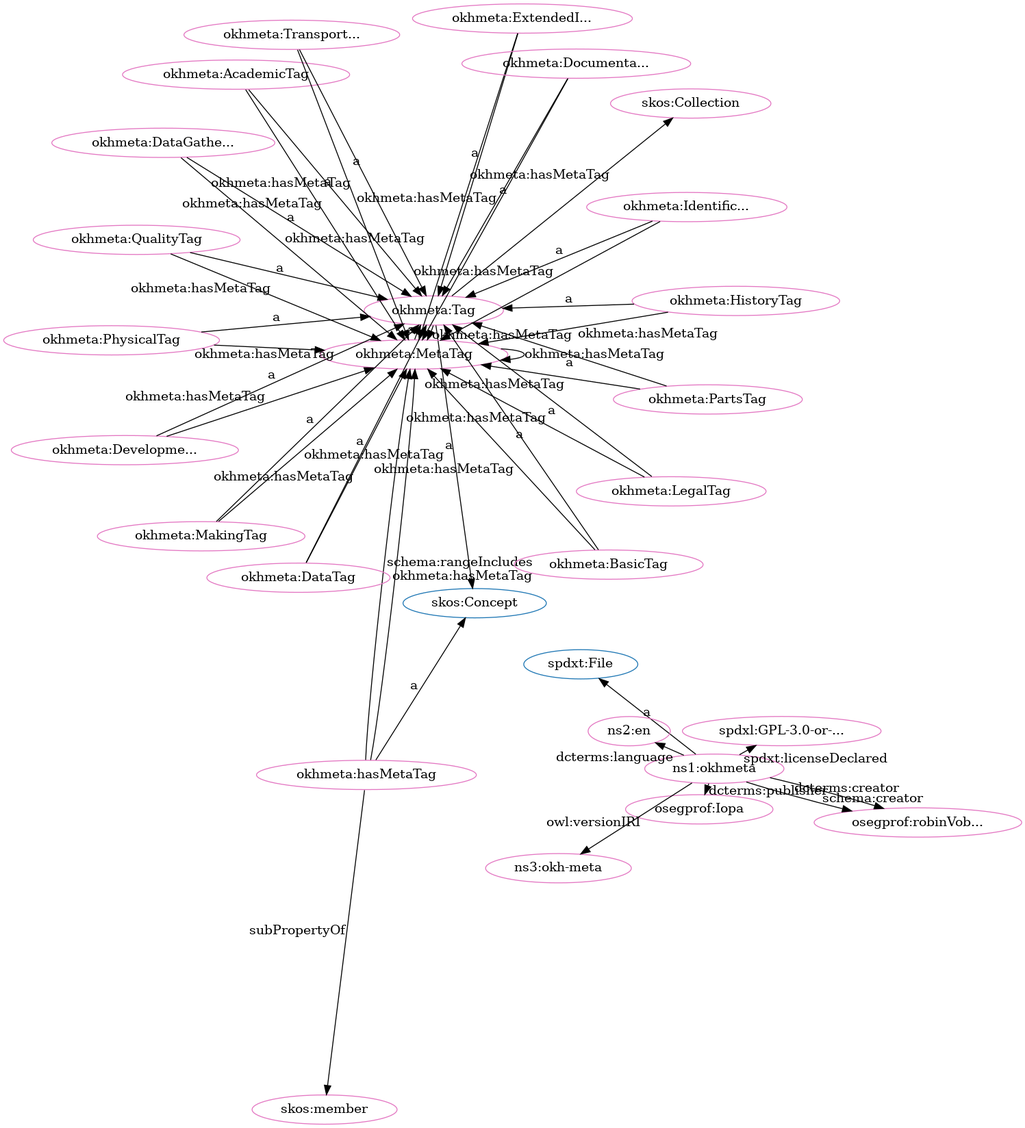
Earlier version of the Graphviz export src/spec/fdp_okh-meta-clean.png (iop-alliance/OpenKnowHow). Its source is kept beside it as src/spec/fdp_okh-meta-clean.dot.
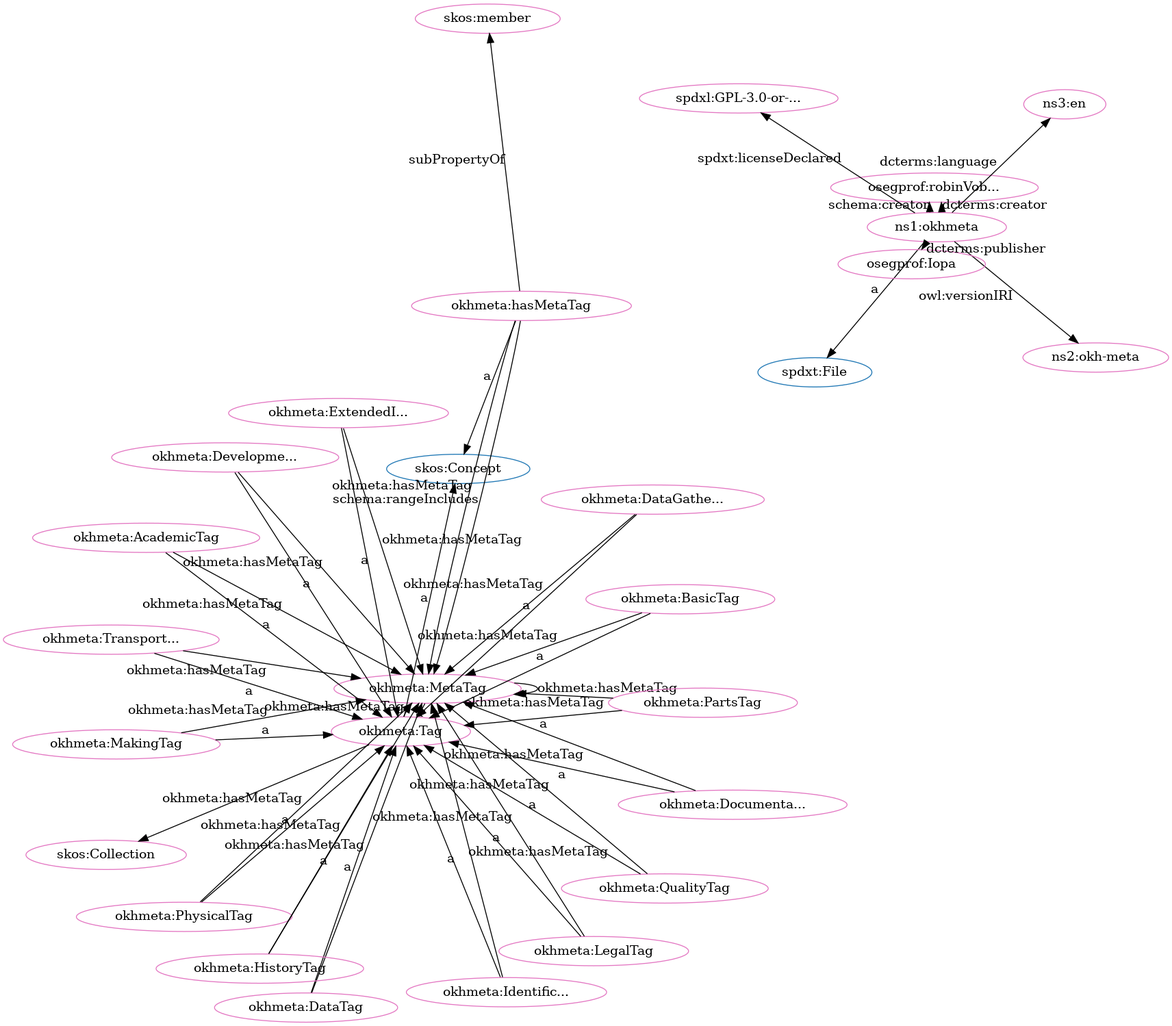
Above is the later version.

Diff of the diagram source:
```diff
@@ -1,81 +1,81 @@
 digraph G {
   rankdir=BT
   node[height=.3]
+"http://spdx.org/rdf/terms#File" [fillcolor="#1f77b4" color="#1f77b4" label="spdxt:File"]
+"https://w3id.org/oseg/ont/okhmeta#MetaTag" [fillcolor="#1f77b4" color="#1f77b4" label="okhmeta:MetaTag"]
 "http://www.w3.org/2004/02/skos/core#Concept" [fillcolor="#1f77b4" color="#1f77b4" label="skos:Concept"]
-"http://spdx.org/rdf/terms#File" [fillcolor="#1f77b4" color="#1f77b4" label="spdxt:File"]
+"http://www.w3.org/2004/02/skos/core#Collection" [fillcolor="#1f77b4" color="#1f77b4" label="skos:Collection"]
 "https://w3id.org/oseg/ont/okhmeta#Tag" [fillcolor="#1f77b4" color="#1f77b4" label="okhmeta:Tag"]
-"https://w3id.org/oseg/ont/okhmeta#MetaTag" [fillcolor="#1f77b4" color="#1f77b4" label="okhmeta:MetaTag"]
-"http://www.w3.org/2004/02/skos/core#Collection" [fillcolor="#1f77b4" color="#1f77b4" label="skos:Collection"]
+"https://w3id.org/oseg/ont/okhmeta#MetaTag" [fillcolor="#e377c2" color="#e377c2" label="okhmeta:MetaTag"]
+"https://w3id.org/oseg/ont/okhmeta#hasMetaTag" [fillcolor="#e377c2" color="#e377c2" label="okhmeta:hasMetaTag"]
+"https://w3id.org/oseg/ont/okhmeta#ExtendedInfoTag" [fillcolor="#e377c2" color="#e377c2" label="okhmeta:ExtendedI..."]
+"https://w3id.org/oseg/ont/okhmeta" [fillcolor="#e377c2" color="#e377c2" label="ns1:okhmeta"]
+"https://w3id.org/oseg/ont/okhmeta#PhysicalTag" [fillcolor="#e377c2" color="#e377c2" label="okhmeta:PhysicalTag"]
+"https://w3id.org/oseg/ont/1.1.0/okh-meta" [fillcolor="#e377c2" color="#e377c2" label="ns2:okh-meta"]
+"https://w3id.org/oseg/ont/oseg-profiles#robinVobruba" [fillcolor="#e377c2" color="#e377c2" label="osegprof:robinVob..."]
+"http://id.loc.gov/vocabulary/iso639-1/en" [fillcolor="#e377c2" color="#e377c2" label="ns3:en"]
+"https://w3id.org/oseg/ont/okhmeta#DocumentationTag" [fillcolor="#e377c2" color="#e377c2" label="okhmeta:Documenta..."]
+"https://w3id.org/oseg/ont/okhmeta#DataTag" [fillcolor="#e377c2" color="#e377c2" label="okhmeta:DataTag"]
+"https://w3id.org/oseg/ont/okhmeta#LegalTag" [fillcolor="#e377c2" color="#e377c2" label="okhmeta:LegalTag"]
+"https://w3id.org/oseg/ont/okhmeta#HistoryTag" [fillcolor="#e377c2" color="#e377c2" label="okhmeta:HistoryTag"]
+"https://w3id.org/oseg/ont/okhmeta#MakingTag" [fillcolor="#e377c2" color="#e377c2" label="okhmeta:MakingTag"]
+"https://w3id.org/oseg/ont/okhmeta#IdentificationTag" [fillcolor="#e377c2" color="#e377c2" label="okhmeta:Identific..."]
+"https://spdx.org/licenses/GPL-3.0-or-later" [fillcolor="#e377c2" color="#e377c2" label="spdxl:GPL-3.0-or-..."]
+"https://w3id.org/oseg/ont/okhmeta#TransportationTag" [fillcolor="#e377c2" color="#e377c2" label="okhmeta:Transport..."]
+"https://w3id.org/oseg/ont/okhmeta#DevelopmentTag" [fillcolor="#e377c2" color="#e377c2" label="okhmeta:Developme..."]
+"https://w3id.org/oseg/ont/okhmeta#QualityTag" [fillcolor="#e377c2" color="#e377c2" label="okhmeta:QualityTag"]
 "https://w3id.org/oseg/ont/okhmeta#PartsTag" [fillcolor="#e377c2" color="#e377c2" label="okhmeta:PartsTag"]
+"https://w3id.org/oseg/ont/okhmeta#Tag" [fillcolor="#e377c2" color="#e377c2" label="okhmeta:Tag"]
+"http://www.w3.org/2004/02/skos/core#member" [fillcolor="#e377c2" color="#e377c2" label="skos:member"]
+"http://www.w3.org/2004/02/skos/core#Collection" [fillcolor="#e377c2" color="#e377c2" label="skos:Collection"]
 "https://w3id.org/oseg/ont/okhmeta#AcademicTag" [fillcolor="#e377c2" color="#e377c2" label="okhmeta:AcademicTag"]
-"https://w3id.org/oseg/ont/okhmeta#MetaTag" [fillcolor="#e377c2" color="#e377c2" label="okhmeta:MetaTag"]
-"https://w3id.org/oseg/ont/okhmeta#DevelopmentTag" [fillcolor="#e377c2" color="#e377c2" label="okhmeta:Developme..."]
-"https://w3id.org/oseg/ont/okhmeta#PhysicalTag" [fillcolor="#e377c2" color="#e377c2" label="okhmeta:PhysicalTag"]
-"https://spdx.org/licenses/GPL-3.0-or-later" [fillcolor="#e377c2" color="#e377c2" label="spdxl:GPL-3.0-or-..."]
 "https://w3id.org/oseg/ont/oseg-profiles#Iopa" [fillcolor="#e377c2" color="#e377c2" label="osegprof:Iopa"]
-"https://w3id.org/oseg/ont/okhmeta#hasMetaTag" [fillcolor="#e377c2" color="#e377c2" label="okhmeta:hasMetaTag"]
-"https://w3id.org/oseg/ont/okhmeta" [fillcolor="#e377c2" color="#e377c2" label="ns1:okhmeta"]
-"https://w3id.org/oseg/ont/okhmeta#Tag" [fillcolor="#e377c2" color="#e377c2" label="okhmeta:Tag"]
-"https://w3id.org/oseg/ont/okhmeta#MakingTag" [fillcolor="#e377c2" color="#e377c2" label="okhmeta:MakingTag"]
-"https://w3id.org/oseg/ont/okhmeta#DataTag" [fillcolor="#e377c2" color="#e377c2" label="okhmeta:DataTag"]
+"https://w3id.org/oseg/ont/okhmeta#BasicTag" [fillcolor="#e377c2" color="#e377c2" label="okhmeta:BasicTag"]
 "https://w3id.org/oseg/ont/okhmeta#DataGatheringTag" [fillcolor="#e377c2" color="#e377c2" label="okhmeta:DataGathe..."]
-"https://w3id.org/oseg/ont/oseg-profiles#robinVobruba" [fillcolor="#e377c2" color="#e377c2" label="osegprof:robinVob..."]
-"https://w3id.org/oseg/ont/okhmeta#ExtendedInfoTag" [fillcolor="#e377c2" color="#e377c2" label="okhmeta:ExtendedI..."]
-"https://w3id.org/oseg/ont/okhmeta#IdentificationTag" [fillcolor="#e377c2" color="#e377c2" label="okhmeta:Identific..."]
-"https://w3id.org/oseg/ont/okhmeta#DocumentationTag" [fillcolor="#e377c2" color="#e377c2" label="okhmeta:Documenta..."]
-"http://www.w3.org/2004/02/skos/core#member" [fillcolor="#e377c2" color="#e377c2" label="skos:member"]
-"https://w3id.org/oseg/ont/okhmeta#BasicTag" [fillcolor="#e377c2" color="#e377c2" label="okhmeta:BasicTag"]
-"https://w3id.org/oseg/ont/okhmeta#QualityTag" [fillcolor="#e377c2" color="#e377c2" label="okhmeta:QualityTag"]
-"https://w3id.org/oseg/ont/okhmeta#TransportationTag" [fillcolor="#e377c2" color="#e377c2" label="okhmeta:Transport..."]
-"https://w3id.org/oseg/ont/okhmeta#HistoryTag" [fillcolor="#e377c2" color="#e377c2" label="okhmeta:HistoryTag"]
-"https://w3id.org/oseg/ont/okhmeta#LegalTag" [fillcolor="#e377c2" color="#e377c2" label="okhmeta:LegalTag"]
-"http://id.loc.gov/vocabulary/iso639-1/en" [fillcolor="#e377c2" color="#e377c2" label="ns2:en"]
-"http://www.w3.org/2004/02/skos/core#Collection" [fillcolor="#e377c2" color="#e377c2" label="skos:Collection"]
-"https://w3id.org/oseg/ont/1.1.0/okh-meta" [fillcolor="#e377c2" color="#e377c2" label="ns3:okh-meta"]
+  "https://w3id.org/oseg/ont/okhmeta#hasMetaTag" -> "http://www.w3.org/2004/02/skos/core#Concept" [label="a"]
+  "https://w3id.org/oseg/ont/okhmeta" -> "http://spdx.org/rdf/terms#File" [label="a"]
+  "https://w3id.org/oseg/ont/okhmeta#ExtendedInfoTag" -> "https://w3id.org/oseg/ont/okhmeta#MetaTag" [label="okhmeta:hasMetaTag"]
+  "https://w3id.org/oseg/ont/okhmeta#HistoryTag" -> "https://w3id.org/oseg/ont/okhmeta#MetaTag" [label="okhmeta:hasMetaTag"]
+  "https://w3id.org/oseg/ont/okhmeta" -> "http://id.loc.gov/vocabulary/iso639-1/en" [label="dcterms:language"]
+  "https://w3id.org/oseg/ont/okhmeta#DocumentationTag" -> "https://w3id.org/oseg/ont/okhmeta#Tag" [label="a"]
+  "https://w3id.org/oseg/ont/okhmeta#DataTag" -> "https://w3id.org/oseg/ont/okhmeta#Tag" [label="a"]
+  "https://w3id.org/oseg/ont/okhmeta#AcademicTag" -> "https://w3id.org/oseg/ont/okhmeta#MetaTag" [label="okhmeta:hasMetaTag"]
+  "https://w3id.org/oseg/ont/okhmeta#BasicTag" -> "https://w3id.org/oseg/ont/okhmeta#MetaTag" [label="okhmeta:hasMetaTag"]
+  "https://w3id.org/oseg/ont/okhmeta" -> "https://w3id.org/oseg/ont/oseg-profiles#robinVobruba" [label="schema:creator"]
+  "https://w3id.org/oseg/ont/okhmeta#HistoryTag" -> "https://w3id.org/oseg/ont/okhmeta#Tag" [label="a"]
+  "https://w3id.org/oseg/ont/okhmeta#MakingTag" -> "https://w3id.org/oseg/ont/okhmeta#Tag" [label="a"]
+  "https://w3id.org/oseg/ont/okhmeta#DevelopmentTag" -> "https://w3id.org/oseg/ont/okhmeta#Tag" [label="a"]
+  "https://w3id.org/oseg/ont/okhmeta#MakingTag" -> "https://w3id.org/oseg/ont/okhmeta#MetaTag" [label="okhmeta:hasMetaTag"]
+  "https://w3id.org/oseg/ont/okhmeta#PartsTag" -> "https://w3id.org/oseg/ont/okhmeta#Tag" [label="a"]
+  "https://w3id.org/oseg/ont/okhmeta#hasMetaTag" -> "https://w3id.org/oseg/ont/okhmeta#MetaTag" [label="schema:rangeIncludes"]
+  "https://w3id.org/oseg/ont/okhmeta#hasMetaTag" -> "http://www.w3.org/2004/02/skos/core#member" [label="subPropertyOf"]
+  "https://w3id.org/oseg/ont/okhmeta#Tag" -> "http://www.w3.org/2004/02/skos/core#Collection" [label=""]
+  "https://w3id.org/oseg/ont/okhmeta#DevelopmentTag" -> "https://w3id.org/oseg/ont/okhmeta#MetaTag" [label="okhmeta:hasMetaTag"]
+  "https://w3id.org/oseg/ont/okhmeta#PartsTag" -> "https://w3id.org/oseg/ont/okhmeta#MetaTag" [label="okhmeta:hasMetaTag"]
+  "https://w3id.org/oseg/ont/okhmeta" -> "https://w3id.org/oseg/ont/oseg-profiles#Iopa" [label="dcterms:publisher"]
+  "https://w3id.org/oseg/ont/okhmeta#BasicTag" -> "https://w3id.org/oseg/ont/okhmeta#Tag" [label="a"]
+  "https://w3id.org/oseg/ont/okhmeta#DataGatheringTag" -> "https://w3id.org/oseg/ont/okhmeta#Tag" [label="a"]
+  "https://w3id.org/oseg/ont/okhmeta#LegalTag" -> "https://w3id.org/oseg/ont/okhmeta#MetaTag" [label="okhmeta:hasMetaTag"]
+  "https://w3id.org/oseg/ont/okhmeta#DataGatheringTag" -> "https://w3id.org/oseg/ont/okhmeta#MetaTag" [label="okhmeta:hasMetaTag"]
+  "https://w3id.org/oseg/ont/okhmeta#ExtendedInfoTag" -> "https://w3id.org/oseg/ont/okhmeta#Tag" [label="a"]
+  "https://w3id.org/oseg/ont/okhmeta#hasMetaTag" -> "https://w3id.org/oseg/ont/okhmeta#MetaTag" [label="okhmeta:hasMetaTag"]
+  "https://w3id.org/oseg/ont/okhmeta#PhysicalTag" -> "https://w3id.org/oseg/ont/okhmeta#Tag" [label="a"]
+  "https://w3id.org/oseg/ont/okhmeta" -> "https://w3id.org/oseg/ont/1.1.0/okh-meta" [label="owl:versionIRI"]
+  "https://w3id.org/oseg/ont/okhmeta" -> "https://w3id.org/oseg/ont/oseg-profiles#robinVobruba" [label="dcterms:creator"]
+  "https://w3id.org/oseg/ont/okhmeta#PhysicalTag" -> "https://w3id.org/oseg/ont/okhmeta#MetaTag" [label="okhmeta:hasMetaTag"]
+  "https://w3id.org/oseg/ont/okhmeta#QualityTag" -> "https://w3id.org/oseg/ont/okhmeta#MetaTag" [label="okhmeta:hasMetaTag"]
+  "https://w3id.org/oseg/ont/okhmeta#MetaTag" -> "https://w3id.org/oseg/ont/okhmeta#Tag" [label="a"]
+  "https://w3id.org/oseg/ont/okhmeta#LegalTag" -> "https://w3id.org/oseg/ont/okhmeta#Tag" [label="a"]
+  "https://w3id.org/oseg/ont/okhmeta#Tag" -> "https://w3id.org/oseg/ont/okhmeta#MetaTag" [label="okhmeta:hasMetaTag"]
+  "https://w3id.org/oseg/ont/okhmeta#IdentificationTag" -> "https://w3id.org/oseg/ont/okhmeta#MetaTag" [label="okhmeta:hasMetaTag"]
+  "https://w3id.org/oseg/ont/okhmeta#IdentificationTag" -> "https://w3id.org/oseg/ont/okhmeta#Tag" [label="a"]
+  "https://w3id.org/oseg/ont/okhmeta" -> "https://spdx.org/licenses/GPL-3.0-or-later" [label="spdxt:licenseDeclared"]
+  "https://w3id.org/oseg/ont/okhmeta#DocumentationTag" -> "https://w3id.org/oseg/ont/okhmeta#MetaTag" [label="okhmeta:hasMetaTag"]
+  "https://w3id.org/oseg/ont/okhmeta#TransportationTag" -> "https://w3id.org/oseg/ont/okhmeta#Tag" [label="a"]
+  "https://w3id.org/oseg/ont/okhmeta#QualityTag" -> "https://w3id.org/oseg/ont/okhmeta#Tag" [label="a"]
+  "https://w3id.org/oseg/ont/okhmeta#Tag" -> "http://www.w3.org/2004/02/skos/core#Concept" [label="a"]
+  "https://w3id.org/oseg/ont/okhmeta#TransportationTag" -> "https://w3id.org/oseg/ont/okhmeta#MetaTag" [label="okhmeta:hasMetaTag"]
+  "https://w3id.org/oseg/ont/okhmeta#DataTag" -> "https://w3id.org/oseg/ont/okhmeta#MetaTag" [label="okhmeta:hasMetaTag"]
   "https://w3id.org/oseg/ont/okhmeta#AcademicTag" -> "https://w3id.org/oseg/ont/okhmeta#Tag" [label="a"]
-  "https://w3id.org/oseg/ont/okhmeta#LegalTag" -> "https://w3id.org/oseg/ont/okhmeta#MetaTag" [label="okhmeta:hasMetaTag"]
-  "https://w3id.org/oseg/ont/okhmeta#DevelopmentTag" -> "https://w3id.org/oseg/ont/okhmeta#Tag" [label="a"]
-  "https://w3id.org/oseg/ont/okhmeta#MetaTag" -> "https://w3id.org/oseg/ont/okhmeta#Tag" [label="a"]
-  "https://w3id.org/oseg/ont/okhmeta#PhysicalTag" -> "https://w3id.org/oseg/ont/okhmeta#Tag" [label="a"]
-  "https://w3id.org/oseg/ont/okhmeta#hasMetaTag" -> "http://www.w3.org/2004/02/skos/core#Concept" [label="a"]
   "https://w3id.org/oseg/ont/okhmeta#MetaTag" -> "https://w3id.org/oseg/ont/okhmeta#MetaTag" [label="okhmeta:hasMetaTag"]
-  "https://w3id.org/oseg/ont/okhmeta" -> "http://spdx.org/rdf/terms#File" [label="a"]
-  "https://w3id.org/oseg/ont/okhmeta#DocumentationTag" -> "https://w3id.org/oseg/ont/okhmeta#MetaTag" [label="okhmeta:hasMetaTag"]
-  "https://w3id.org/oseg/ont/okhmeta#BasicTag" -> "https://w3id.org/oseg/ont/okhmeta#MetaTag" [label="okhmeta:hasMetaTag"]
-  "https://w3id.org/oseg/ont/okhmeta#TransportationTag" -> "https://w3id.org/oseg/ont/okhmeta#MetaTag" [label="okhmeta:hasMetaTag"]
-  "https://w3id.org/oseg/ont/okhmeta#MakingTag" -> "https://w3id.org/oseg/ont/okhmeta#Tag" [label="a"]
-  "https://w3id.org/oseg/ont/okhmeta" -> "https://w3id.org/oseg/ont/oseg-profiles#robinVobruba" [label="schema:creator"]
-  "https://w3id.org/oseg/ont/okhmeta#ExtendedInfoTag" -> "https://w3id.org/oseg/ont/okhmeta#Tag" [label="a"]
-  "https://w3id.org/oseg/ont/okhmeta#DataTag" -> "https://w3id.org/oseg/ont/okhmeta#MetaTag" [label="okhmeta:hasMetaTag"]
-  "https://w3id.org/oseg/ont/okhmeta#DataGatheringTag" -> "https://w3id.org/oseg/ont/okhmeta#MetaTag" [label="okhmeta:hasMetaTag"]
-  "https://w3id.org/oseg/ont/okhmeta#Tag" -> "https://w3id.org/oseg/ont/okhmeta#MetaTag" [label="okhmeta:hasMetaTag"]
-  "https://w3id.org/oseg/ont/okhmeta#PartsTag" -> "https://w3id.org/oseg/ont/okhmeta#MetaTag" [label="okhmeta:hasMetaTag"]
-  "https://w3id.org/oseg/ont/okhmeta#DocumentationTag" -> "https://w3id.org/oseg/ont/okhmeta#Tag" [label="a"]
-  "https://w3id.org/oseg/ont/okhmeta#BasicTag" -> "https://w3id.org/oseg/ont/okhmeta#Tag" [label="a"]
-  "https://w3id.org/oseg/ont/okhmeta#QualityTag" -> "https://w3id.org/oseg/ont/okhmeta#Tag" [label="a"]
-  "https://w3id.org/oseg/ont/okhmeta#TransportationTag" -> "https://w3id.org/oseg/ont/okhmeta#Tag" [label="a"]
-  "https://w3id.org/oseg/ont/okhmeta#hasMetaTag" -> "https://w3id.org/oseg/ont/okhmeta#MetaTag" [label="schema:rangeIncludes"]
-  "https://w3id.org/oseg/ont/okhmeta#IdentificationTag" -> "https://w3id.org/oseg/ont/okhmeta#MetaTag" [label="okhmeta:hasMetaTag"]
-  "https://w3id.org/oseg/ont/okhmeta" -> "http://id.loc.gov/vocabulary/iso639-1/en" [label="dcterms:language"]
-  "https://w3id.org/oseg/ont/okhmeta#HistoryTag" -> "https://w3id.org/oseg/ont/okhmeta#MetaTag" [label="okhmeta:hasMetaTag"]
-  "https://w3id.org/oseg/ont/okhmeta" -> "https://w3id.org/oseg/ont/1.1.0/okh-meta" [label="owl:versionIRI"]
-  "https://w3id.org/oseg/ont/okhmeta#QualityTag" -> "https://w3id.org/oseg/ont/okhmeta#MetaTag" [label="okhmeta:hasMetaTag"]
-  "https://w3id.org/oseg/ont/okhmeta#PartsTag" -> "https://w3id.org/oseg/ont/okhmeta#Tag" [label="a"]
-  "https://w3id.org/oseg/ont/okhmeta" -> "https://spdx.org/licenses/GPL-3.0-or-later" [label="spdxt:licenseDeclared"]
-  "https://w3id.org/oseg/ont/okhmeta#AcademicTag" -> "https://w3id.org/oseg/ont/okhmeta#MetaTag" [label="okhmeta:hasMetaTag"]
-  "https://w3id.org/oseg/ont/okhmeta" -> "https://w3id.org/oseg/ont/oseg-profiles#Iopa" [label="dcterms:publisher"]
-  "https://w3id.org/oseg/ont/okhmeta#Tag" -> "http://www.w3.org/2004/02/skos/core#Concept" [label="a"]
-  "https://w3id.org/oseg/ont/okhmeta#hasMetaTag" -> "https://w3id.org/oseg/ont/okhmeta#MetaTag" [label="okhmeta:hasMetaTag"]
-  "https://w3id.org/oseg/ont/okhmeta#DataTag" -> "https://w3id.org/oseg/ont/okhmeta#Tag" [label="a"]
-  "https://w3id.org/oseg/ont/okhmeta#DataGatheringTag" -> "https://w3id.org/oseg/ont/okhmeta#Tag" [label="a"]
-  "https://w3id.org/oseg/ont/okhmeta#MakingTag" -> "https://w3id.org/oseg/ont/okhmeta#MetaTag" [label="okhmeta:hasMetaTag"]
-  "https://w3id.org/oseg/ont/okhmeta#ExtendedInfoTag" -> "https://w3id.org/oseg/ont/okhmeta#MetaTag" [label="okhmeta:hasMetaTag"]
-  "https://w3id.org/oseg/ont/okhmeta#IdentificationTag" -> "https://w3id.org/oseg/ont/okhmeta#Tag" [label="a"]
-  "https://w3id.org/oseg/ont/okhmeta#hasMetaTag" -> "http://www.w3.org/2004/02/skos/core#member" [label="subPropertyOf"]
-  "https://w3id.org/oseg/ont/okhmeta#DevelopmentTag" -> "https://w3id.org/oseg/ont/okhmeta#MetaTag" [label="okhmeta:hasMetaTag"]
-  "https://w3id.org/oseg/ont/okhmeta#HistoryTag" -> "https://w3id.org/oseg/ont/okhmeta#Tag" [label="a"]
-  "https://w3id.org/oseg/ont/okhmeta#PhysicalTag" -> "https://w3id.org/oseg/ont/okhmeta#MetaTag" [label="okhmeta:hasMetaTag"]
-  "https://w3id.org/oseg/ont/okhmeta" -> "https://w3id.org/oseg/ont/oseg-profiles#robinVobruba" [label="dcterms:creator"]
-  "https://w3id.org/oseg/ont/okhmeta#LegalTag" -> "https://w3id.org/oseg/ont/okhmeta#Tag" [label="a"]
-  "https://w3id.org/oseg/ont/okhmeta#Tag" -> "http://www.w3.org/2004/02/skos/core#Collection" [label=""]
 }
```
